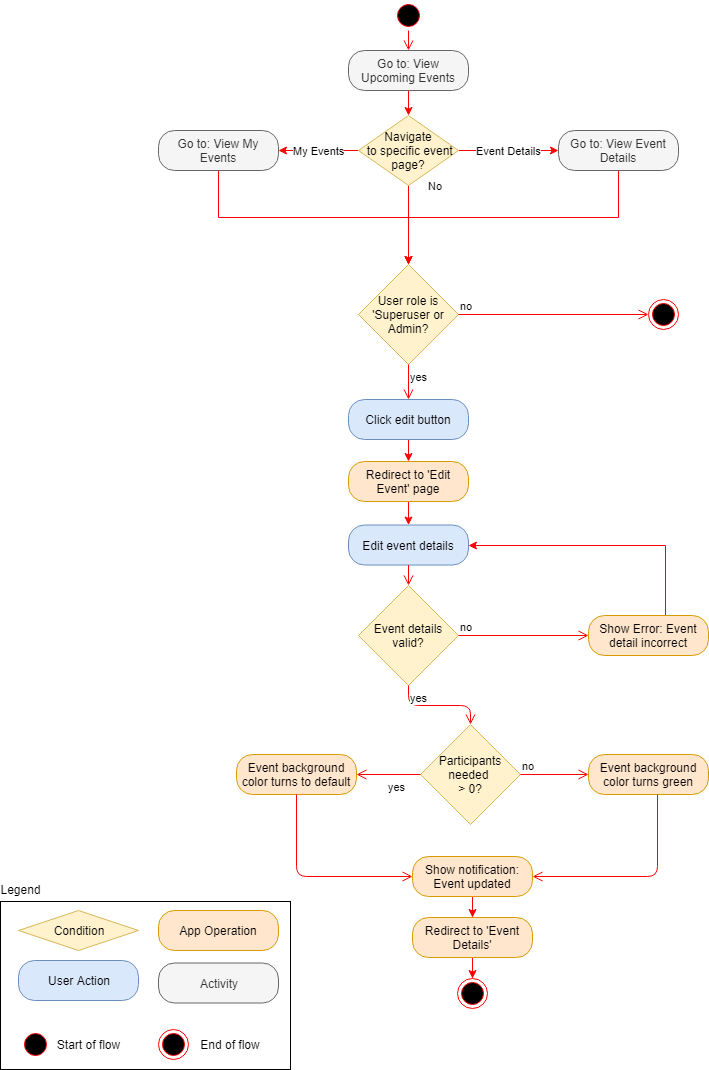
Evdes/EventTracker keeps this draw.io diagram as Documentation/Diagrams/Activity Diagram/Screenshots/Event Tracker - Activity Diagram - Edit Event.png. Above is the earlier version. Source tidied: cells renumbered, new cells last; positions are measured from the earlier drawing's top-left corner, leaving out a move shared by most shapes.
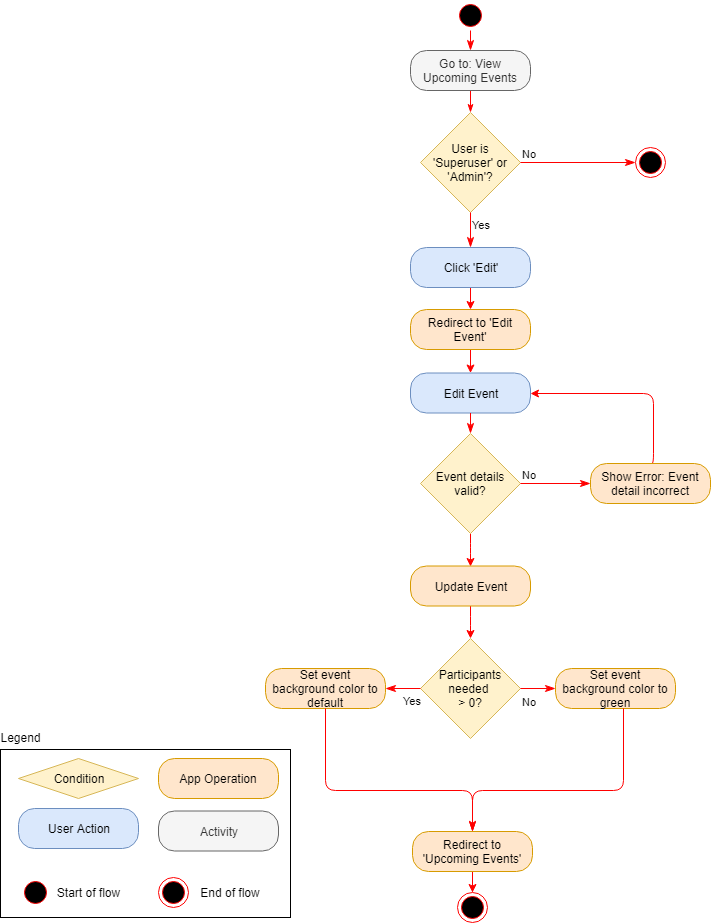
After the commit.

The edit, as a diff of the source:
```diff
@@ -2,164 +2,143 @@
   <root>
     <mxCell id="0" />
     <mxCell id="1" parent="0" />
-    <mxCell id="2" value="User role is 'Superuser or Admin?" style="rhombus;whiteSpace=wrap;html=1;fillColor=#fff2cc;strokeColor=#d6b656;" parent="1" vertex="1">
-      <mxGeometry x="358" y="264" width="100" height="100" as="geometry" />
+    <mxCell id="2" value="User is 'Superuser' or 'Admin'?" style="rhombus;whiteSpace=wrap;html=1;fillColor=#fff2cc;strokeColor=#d6b656;" parent="1" vertex="1">
+      <mxGeometry x="422" y="112" width="100" height="100" as="geometry" />
     </mxCell>
-    <mxCell id="3" value="no" style="edgeStyle=orthogonalEdgeStyle;html=1;align=left;verticalAlign=bottom;endArrow=open;endSize=8;strokeColor=#ff0000;entryX=0;entryY=0.5;entryDx=0;entryDy=0;" parent="1" edge="1" source="2" target="5">
+    <mxCell id="3" value="No" style="edgeStyle=orthogonalEdgeStyle;html=1;align=left;verticalAlign=bottom;endArrow=classicThin;endSize=8;strokeColor=#ff0000;entryX=0;entryY=0.5;entryDx=0;entryDy=0;endFill=1;" parent="1" edge="1" source="2" target="5">
       <mxGeometry x="-1" relative="1" as="geometry" />
     </mxCell>
-    <mxCell id="4" value="yes" style="edgeStyle=orthogonalEdgeStyle;html=1;align=left;verticalAlign=top;endArrow=open;endSize=8;strokeColor=#ff0000;entryX=0.5;entryY=0;entryDx=0;entryDy=0;" parent="1" edge="1" source="2" target="7">
+    <mxCell id="4" value="Yes" style="edgeStyle=orthogonalEdgeStyle;html=1;align=left;verticalAlign=top;endArrow=classicThin;endSize=8;strokeColor=#ff0000;entryX=0.5;entryY=0;entryDx=0;entryDy=0;endFill=1;" parent="1" edge="1" source="2" target="7">
       <mxGeometry x="-1" relative="1" as="geometry" />
     </mxCell>
     <mxCell id="5" style="ellipse;html=1;shape=endState;fillColor=#000000;strokeColor=#ff0000;" parent="1" vertex="1">
-      <mxGeometry x="648" y="299" width="30" height="30" as="geometry" />
+      <mxGeometry x="637" y="147" width="30" height="30" as="geometry" />
     </mxCell>
     <mxCell id="6" style="edgeStyle=orthogonalEdgeStyle;rounded=0;jettySize=auto;html=1;strokeColor=#FF0000;" parent="1" edge="1" source="7" target="9">
       <mxGeometry relative="1" as="geometry" />
     </mxCell>
-    <mxCell id="7" value="Click edit button" style="rounded=1;whiteSpace=wrap;html=1;arcSize=40;fillColor=#dae8fc;strokeColor=#6c8ebf;" parent="1" vertex="1">
-      <mxGeometry x="348" y="399" width="120" height="40" as="geometry" />
+    <mxCell id="7" value="Click 'Edit'" style="rounded=1;whiteSpace=wrap;html=1;arcSize=40;fillColor=#dae8fc;strokeColor=#6c8ebf;" parent="1" vertex="1">
+      <mxGeometry x="412" y="247" width="120" height="40" as="geometry" />
     </mxCell>
     <mxCell id="8" style="edgeStyle=orthogonalEdgeStyle;rounded=0;jettySize=auto;html=1;strokeColor=#FF0000;" parent="1" edge="1" source="9" target="10">
       <mxGeometry relative="1" as="geometry" />
     </mxCell>
-    <mxCell id="9" value="Redirect to 'Edit Event' page" style="rounded=1;whiteSpace=wrap;html=1;arcSize=40;fillColor=#ffe6cc;strokeColor=#d79b00;" parent="1" vertex="1">
-      <mxGeometry x="348" y="461" width="120" height="40" as="geometry" />
+    <mxCell id="9" value="Redirect to 'Edit Event'" style="rounded=1;whiteSpace=wrap;html=1;arcSize=40;fillColor=#ffe6cc;strokeColor=#d79b00;" parent="1" vertex="1">
+      <mxGeometry x="412" y="309" width="120" height="40" as="geometry" />
     </mxCell>
-    <mxCell id="10" value="Edit event details" style="rounded=1;whiteSpace=wrap;html=1;arcSize=40;fillColor=#dae8fc;strokeColor=#6c8ebf;" parent="1" vertex="1">
-      <mxGeometry x="348" y="524.5" width="120" height="40" as="geometry" />
+    <mxCell id="10" value="Edit Event" style="rounded=1;whiteSpace=wrap;html=1;arcSize=40;fillColor=#dae8fc;strokeColor=#6c8ebf;" parent="1" vertex="1">
+      <mxGeometry x="412" y="372.5" width="120" height="40" as="geometry" />
     </mxCell>
-    <mxCell id="11" style="edgeStyle=orthogonalEdgeStyle;html=1;verticalAlign=bottom;endArrow=open;endSize=8;strokeColor=#ff0000;entryX=0.5;entryY=0;entryDx=0;entryDy=0;" parent="1" edge="1" source="10" target="12">
+    <mxCell id="11" style="edgeStyle=orthogonalEdgeStyle;html=1;verticalAlign=bottom;endArrow=classicThin;endSize=8;strokeColor=#ff0000;entryX=0.5;entryY=0;entryDx=0;entryDy=0;endFill=1;" parent="1" edge="1" source="10" target="12">
       <mxGeometry relative="1" as="geometry" />
     </mxCell>
+    <mxCell id="51" style="edgeStyle=orthogonalEdgeStyle;rounded=1;jettySize=auto;html=1;strokeColor=#FF0000;entryX=0.5;entryY=0;entryDx=0;entryDy=0;" parent="1" edge="1" source="12" target="54">
+      <mxGeometry relative="1" as="geometry" />
+    </mxCell>
     <mxCell id="12" value="Event details valid?" style="rhombus;whiteSpace=wrap;html=1;fillColor=#fff2cc;strokeColor=#d6b656;" parent="1" vertex="1">
-      <mxGeometry x="358" y="585" width="100" height="100" as="geometry" />
+      <mxGeometry x="422" y="433" width="100" height="100" as="geometry" />
     </mxCell>
-    <mxCell id="13" value="no" style="edgeStyle=orthogonalEdgeStyle;html=1;align=left;verticalAlign=bottom;endArrow=open;endSize=8;strokeColor=#ff0000;entryX=0;entryY=0.5;entryDx=0;entryDy=0;" parent="1" edge="1" source="12" target="16">
+    <mxCell id="13" value="No" style="edgeStyle=orthogonalEdgeStyle;html=1;align=left;verticalAlign=bottom;endArrow=classicThin;endSize=8;strokeColor=#ff0000;entryX=0;entryY=0.5;entryDx=0;entryDy=0;endFill=1;" parent="1" edge="1" source="12" target="16">
       <mxGeometry x="-1" relative="1" as="geometry" />
     </mxCell>
-    <mxCell id="14" value="yes" style="edgeStyle=orthogonalEdgeStyle;html=1;align=left;verticalAlign=top;endArrow=open;endSize=8;strokeColor=#ff0000;entryX=0.5;entryY=0;entryDx=0;entryDy=0;" parent="1" edge="1" source="12" target="21">
-      <mxGeometry x="-1" relative="1" as="geometry" />
-    </mxCell>
-    <mxCell id="15" style="edgeStyle=orthogonalEdgeStyle;rounded=0;jettySize=auto;html=1;strokeColor=#FF0000;entryX=1;entryY=0.5;entryDx=0;entryDy=0;" parent="1" edge="1" source="16" target="10">
+    <mxCell id="15" style="edgeStyle=orthogonalEdgeStyle;rounded=1;jettySize=auto;html=1;strokeColor=#FF0000;entryX=1;entryY=0.5;entryDx=0;entryDy=0;exitX=0.5;exitY=0;exitDx=0;exitDy=0;" parent="1" edge="1" source="16" target="10">
       <mxGeometry relative="1" as="geometry">
         <Array as="points">
-          <mxPoint x="665" y="545" />
+          <mxPoint x="655" y="463" />
+          <mxPoint x="655" y="393" />
         </Array>
       </mxGeometry>
     </mxCell>
     <mxCell id="16" value="Show Error: Event detail incorrect" style="rounded=1;whiteSpace=wrap;html=1;arcSize=40;fillColor=#ffe6cc;strokeColor=#d79b00;" parent="1" vertex="1">
-      <mxGeometry x="588" y="615" width="120" height="40" as="geometry" />
+      <mxGeometry x="592" y="463" width="120" height="40" as="geometry" />
     </mxCell>
-    <mxCell id="17" style="edgeStyle=orthogonalEdgeStyle;rounded=0;jettySize=auto;html=1;strokeColor=#FF0000;" parent="1" edge="1" source="18" target="20">
-      <mxGeometry relative="1" as="geometry" />
-    </mxCell>
-    <mxCell id="18" value="Show notification: Event updated" style="rounded=1;whiteSpace=wrap;html=1;arcSize=40;fillColor=#ffe6cc;strokeColor=#d79b00;" parent="1" vertex="1">
-      <mxGeometry x="412" y="856" width="120" height="40" as="geometry" />
-    </mxCell>
     <mxCell id="19" style="edgeStyle=orthogonalEdgeStyle;rounded=0;jettySize=auto;html=1;strokeColor=#FF0000;entryX=0.5;entryY=0;entryDx=0;entryDy=0;" parent="1" edge="1" source="20" target="50">
       <mxGeometry relative="1" as="geometry" />
     </mxCell>
-    <mxCell id="20" value="Redirect to 'Event Details'" style="rounded=1;whiteSpace=wrap;html=1;arcSize=40;fillColor=#ffe6cc;strokeColor=#d79b00;" parent="1" vertex="1">
-      <mxGeometry x="412" y="917" width="120" height="40" as="geometry" />
+    <mxCell id="20" value="Redirect to 'Upcoming Events'" style="rounded=1;whiteSpace=wrap;html=1;arcSize=40;fillColor=#ffe6cc;strokeColor=#d79b00;" parent="1" vertex="1">
+      <mxGeometry x="414" y="831" width="120" height="40" as="geometry" />
     </mxCell>
     <mxCell id="21" value="Participants needed &lt;br&gt;&amp;gt; 0?&lt;br&gt;" style="rhombus;whiteSpace=wrap;html=1;fillColor=#fff2cc;strokeColor=#d6b656;" parent="1" vertex="1">
-      <mxGeometry x="420" y="724" width="100" height="100" as="geometry" />
+      <mxGeometry x="422" y="638" width="100" height="100" as="geometry" />
     </mxCell>
-    <mxCell id="22" value="no" style="edgeStyle=orthogonalEdgeStyle;html=1;align=left;verticalAlign=bottom;endArrow=open;endSize=8;strokeColor=#ff0000;" parent="1" edge="1" source="21" target="24">
-      <mxGeometry x="-1" relative="1" as="geometry" />
+    <mxCell id="22" value="No" style="edgeStyle=orthogonalEdgeStyle;html=1;align=left;verticalAlign=bottom;endArrow=classicThin;endSize=8;strokeColor=#ff0000;endFill=1;" parent="1" edge="1" source="21" target="24">
+      <mxGeometry x="-1" y="-22" relative="1" as="geometry" />
     </mxCell>
-    <mxCell id="23" value="yes" style="edgeStyle=orthogonalEdgeStyle;html=1;align=left;verticalAlign=top;endArrow=open;endSize=8;strokeColor=#ff0000;" parent="1" edge="1" source="21" target="26">
+    <mxCell id="23" value="Yes" style="edgeStyle=orthogonalEdgeStyle;html=1;align=left;verticalAlign=top;endArrow=classicThin;endSize=8;strokeColor=#ff0000;endFill=1;" parent="1" edge="1" source="21" target="26">
       <mxGeometry x="0.08" relative="1" as="geometry" />
     </mxCell>
-    <mxCell id="24" value="Event background color turns green" style="rounded=1;whiteSpace=wrap;html=1;arcSize=40;fillColor=#ffe6cc;strokeColor=#d79b00;" parent="1" vertex="1">
-      <mxGeometry x="588" y="754" width="120" height="40" as="geometry" />
+    <mxCell id="24" value="Set event background color to green&lt;br&gt;" style="rounded=1;whiteSpace=wrap;html=1;arcSize=40;fillColor=#ffe6cc;strokeColor=#d79b00;" parent="1" vertex="1">
+      <mxGeometry x="557" y="668" width="120" height="40" as="geometry" />
     </mxCell>
-    <mxCell id="25" style="edgeStyle=orthogonalEdgeStyle;html=1;verticalAlign=bottom;endArrow=open;endSize=8;strokeColor=#ff0000;entryX=1;entryY=0.5;entryDx=0;entryDy=0;" parent="1" edge="1" source="24" target="18">
+    <mxCell id="25" style="edgeStyle=orthogonalEdgeStyle;html=1;verticalAlign=bottom;endArrow=classicThin;endSize=8;strokeColor=#ff0000;entryX=0.5;entryY=0;entryDx=0;entryDy=0;endFill=1;" parent="1" edge="1" source="24" target="20">
       <mxGeometry relative="1" as="geometry">
         <Array as="points">
-          <mxPoint x="657" y="876" />
+          <mxPoint x="625" y="790" />
+          <mxPoint x="474" y="790" />
         </Array>
       </mxGeometry>
     </mxCell>
-    <mxCell id="26" value="Event background color turns to default" style="rounded=1;whiteSpace=wrap;html=1;arcSize=40;fillColor=#ffe6cc;strokeColor=#d79b00;" parent="1" vertex="1">
-      <mxGeometry x="236" y="754" width="120" height="40" as="geometry" />
+    <mxCell id="26" value="Set event background color to default" style="rounded=1;whiteSpace=wrap;html=1;arcSize=40;fillColor=#ffe6cc;strokeColor=#d79b00;" parent="1" vertex="1">
+      <mxGeometry x="267" y="668" width="120" height="40" as="geometry" />
     </mxCell>
-    <mxCell id="27" style="edgeStyle=orthogonalEdgeStyle;html=1;verticalAlign=bottom;endArrow=open;endSize=8;strokeColor=#ff0000;entryX=0;entryY=0.5;entryDx=0;entryDy=0;" parent="1" edge="1" source="26" target="18">
+    <mxCell id="27" style="edgeStyle=orthogonalEdgeStyle;html=1;verticalAlign=bottom;endArrow=classicThin;endSize=8;strokeColor=#ff0000;endFill=1;" parent="1" edge="1" source="26" target="20">
       <mxGeometry relative="1" as="geometry">
         <Array as="points">
-          <mxPoint x="296" y="876" />
+          <mxPoint x="327" y="790" />
+          <mxPoint x="474" y="790" />
         </Array>
       </mxGeometry>
     </mxCell>
     <mxCell id="28" style="rounded=0;whiteSpace=wrap;html=1;fillColor=none;" parent="1" vertex="1">
-      <mxGeometry y="901" width="290" height="168" as="geometry" />
+      <mxGeometry x="2" y="749" width="290" height="168" as="geometry" />
     </mxCell>
     <mxCell id="29" value="User Action" style="rounded=1;whiteSpace=wrap;html=1;arcSize=40;fillColor=#dae8fc;strokeColor=#6c8ebf;" parent="1" vertex="1">
-      <mxGeometry x="18" y="960" width="120" height="40" as="geometry" />
+      <mxGeometry x="20" y="808" width="120" height="40" as="geometry" />
     </mxCell>
     <mxCell id="30" value="Legend" style="text;html=1;strokeColor=none;fillColor=none;align=center;verticalAlign=middle;whiteSpace=wrap;rounded=0;" parent="1" vertex="1">
-      <mxGeometry y="879" width="40" height="20" as="geometry" />
+      <mxGeometry x="2" y="727" width="40" height="20" as="geometry" />
     </mxCell>
     <mxCell id="31" value="Activity" style="rounded=1;whiteSpace=wrap;html=1;arcSize=40;fillColor=#f5f5f5;strokeColor=#666666;fontColor=#333333;" parent="1" vertex="1">
-      <mxGeometry x="158" y="962.5" width="120" height="40" as="geometry" />
+      <mxGeometry x="160" y="810.5" width="120" height="40" as="geometry" />
     </mxCell>
     <mxCell id="32" value="Condition" style="rhombus;whiteSpace=wrap;html=1;fillColor=#fff2cc;strokeColor=#d6b656;" parent="1" vertex="1">
-      <mxGeometry x="18" y="910" width="120" height="40" as="geometry" />
+      <mxGeometry x="20" y="758" width="120" height="40" as="geometry" />
     </mxCell>
     <mxCell id="33" value="App Operation" style="rounded=1;whiteSpace=wrap;html=1;arcSize=40;fillColor=#ffe6cc;strokeColor=#d79b00;" parent="1" vertex="1">
-      <mxGeometry x="158" y="910" width="120" height="40" as="geometry" />
+      <mxGeometry x="160" y="758" width="120" height="40" as="geometry" />
     </mxCell>
     <mxCell id="34" style="ellipse;html=1;shape=startState;fillColor=#000000;strokeColor=#ff0000;" parent="1" vertex="1">
-      <mxGeometry x="20" y="1029" width="30" height="30" as="geometry" />
+      <mxGeometry x="22" y="877" width="30" height="30" as="geometry" />
     </mxCell>
     <mxCell id="35" style="ellipse;html=1;shape=endState;fillColor=#000000;strokeColor=#ff0000;" parent="1" vertex="1">
-      <mxGeometry x="158" y="1029" width="30" height="30" as="geometry" />
+      <mxGeometry x="160" y="877" width="30" height="30" as="geometry" />
     </mxCell>
     <mxCell id="36" value="Start of flow" style="text;html=1;strokeColor=none;fillColor=none;align=center;verticalAlign=middle;whiteSpace=wrap;rounded=0;" parent="1" vertex="1">
-      <mxGeometry x="50" y="1034" width="75" height="20" as="geometry" />
+      <mxGeometry x="52" y="882" width="75" height="20" as="geometry" />
     </mxCell>
     <mxCell id="37" value="End of flow" style="text;html=1;strokeColor=none;fillColor=none;align=center;verticalAlign=middle;whiteSpace=wrap;rounded=0;" parent="1" vertex="1">
-      <mxGeometry x="195" y="1034" width="70" height="20" as="geometry" />
+      <mxGeometry x="197" y="882" width="70" height="20" as="geometry" />
     </mxCell>
     <mxCell id="38" style="ellipse;html=1;shape=startState;fillColor=#000000;strokeColor=#ff0000;" parent="1" vertex="1">
-      <mxGeometry x="393" width="30" height="30" as="geometry" />
+      <mxGeometry x="457" width="30" height="30" as="geometry" />
     </mxCell>
-    <mxCell id="39" style="edgeStyle=orthogonalEdgeStyle;html=1;verticalAlign=bottom;endArrow=open;endSize=8;strokeColor=#ff0000;entryX=0.5;entryY=0;entryDx=0;entryDy=0;" parent="1" edge="1" source="38" target="41">
+    <mxCell id="39" style="edgeStyle=orthogonalEdgeStyle;html=1;verticalAlign=bottom;endArrow=classicThin;endSize=8;strokeColor=#ff0000;entryX=0.5;entryY=0;entryDx=0;entryDy=0;endFill=1;" parent="1" edge="1" source="38" target="41">
       <mxGeometry relative="1" as="geometry" />
     </mxCell>
-    <mxCell id="40" style="edgeStyle=orthogonalEdgeStyle;rounded=0;jettySize=auto;html=1;strokeColor=#FF0000;" parent="1" edge="1" source="41" target="49">
-      <mxGeometry relative="1" as="geometry" />
-    </mxCell>
+    <mxCell id="52" style="edgeStyle=orthogonalEdgeStyle;rounded=1;jettySize=auto;html=1;endArrow=classicThin;endFill=1;strokeColor=#FF0000;" parent="1" edge="1" source="41" target="2">
+      <mxGeometry relative="1" as="geometry" />
+    </mxCell>
     <mxCell id="41" value="Go to: View Upcoming Events&lt;br&gt;" style="rounded=1;whiteSpace=wrap;html=1;arcSize=40;fontColor=#333333;fillColor=#f5f5f5;strokeColor=#666666;" parent="1" vertex="1">
-      <mxGeometry x="348" y="50" width="120" height="40" as="geometry" />
+      <mxGeometry x="412" y="50" width="120" height="40" as="geometry" />
     </mxCell>
-    <mxCell id="42" style="edgeStyle=orthogonalEdgeStyle;rounded=0;jettySize=auto;html=1;strokeColor=#FF0000;exitX=0.5;exitY=1;exitDx=0;exitDy=0;" parent="1" edge="1" source="43" target="2">
-      <mxGeometry relative="1" as="geometry" />
-    </mxCell>
-    <mxCell id="43" value="Go to: View Event Details" style="rounded=1;whiteSpace=wrap;html=1;arcSize=40;fontColor=#333333;fillColor=#f5f5f5;strokeColor=#666666;" parent="1" vertex="1">
-      <mxGeometry x="558" y="130" width="120" height="40" as="geometry" />
-    </mxCell>
-    <mxCell id="44" style="edgeStyle=orthogonalEdgeStyle;rounded=0;jettySize=auto;html=1;strokeColor=#FF0000;exitX=0.5;exitY=1;exitDx=0;exitDy=0;" parent="1" edge="1" source="45" target="2">
-      <mxGeometry relative="1" as="geometry" />
-    </mxCell>
-    <mxCell id="45" value="Go to: View My Events" style="rounded=1;whiteSpace=wrap;html=1;arcSize=40;fontColor=#333333;fillColor=#f5f5f5;strokeColor=#666666;" parent="1" vertex="1">
-      <mxGeometry x="158" y="130" width="120" height="40" as="geometry" />
-    </mxCell>
-    <mxCell id="46" value="Event Details" style="edgeStyle=orthogonalEdgeStyle;rounded=0;jettySize=auto;html=1;strokeColor=#FF0000;entryX=0;entryY=0.5;entryDx=0;entryDy=0;" parent="1" edge="1" source="49" target="43">
-      <mxGeometry relative="1" as="geometry" />
-    </mxCell>
-    <mxCell id="47" value="My Events" style="edgeStyle=orthogonalEdgeStyle;rounded=0;jettySize=auto;html=1;strokeColor=#FF0000;" parent="1" edge="1" source="49" target="45">
-      <mxGeometry relative="1" as="geometry" />
-    </mxCell>
-    <mxCell id="48" value="No" style="edgeStyle=orthogonalEdgeStyle;rounded=0;jettySize=auto;html=1;strokeColor=#FF0000;entryX=0.5;entryY=0;entryDx=0;entryDy=0;" parent="1" edge="1" source="49" target="2">
-      <mxGeometry x="-1" y="27" relative="1" as="geometry" />
-    </mxCell>
-    <mxCell id="49" value="Navigate&lt;br&gt;&amp;nbsp;to specific event page?" style="rhombus;whiteSpace=wrap;html=1;fillColor=#fff2cc;strokeColor=#d6b656;" parent="1" vertex="1">
-      <mxGeometry x="358" y="115" width="100" height="70" as="geometry" />
-    </mxCell>
     <mxCell id="50" style="ellipse;html=1;shape=endState;fillColor=#000000;strokeColor=#ff0000;" parent="1" vertex="1">
-      <mxGeometry x="457" y="978" width="30" height="30" as="geometry" />
+      <mxGeometry x="459" y="892" width="30" height="30" as="geometry" />
     </mxCell>
+    <mxCell id="53" style="edgeStyle=orthogonalEdgeStyle;rounded=1;jettySize=auto;html=1;strokeColor=#FF0000;" parent="1" edge="1" source="54" target="21">
+      <mxGeometry relative="1" as="geometry" />
+    </mxCell>
+    <mxCell id="54" value="Update Event" style="rounded=1;whiteSpace=wrap;html=1;arcSize=40;fillColor=#ffe6cc;strokeColor=#d79b00;" parent="1" vertex="1">
+      <mxGeometry x="412" y="565.5" width="120" height="40" as="geometry" />
+    </mxCell>
   </root>
 </mxGraphModel>
```
